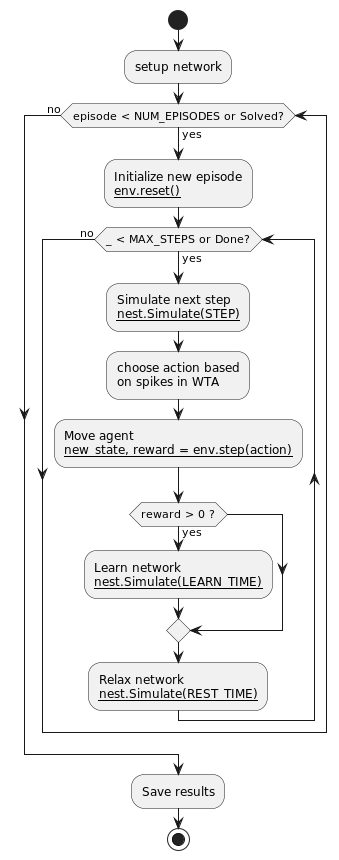
Before: doc/high-level-block-diagram.png, a diagram exported from PlantUML (borkox/uni-sofia-pre-masters-project). The source it was exported from:
```plantuml
@startuml

start
:setup network;
while (episode < NUM_EPISODES or Solved?) is (yes)
    :Initialize new episode
    __env.reset()__;

    while (_ < MAX_STEPS or Done?) is (yes)
      :Simulate next step
      __nest.Simulate(STEP)__;
      :choose action based
      on spikes in WTA;
      :Move agent
      __new_state, reward = env.step(action)__;
      if (reward > 0 ?) then (yes)
        :Learn network
        __nest.Simulate(LEARN_TIME)__;
      endif
      :Relax network
      __nest.Simulate(REST_TIME)__;
    endwhile (no)
endwhile (no)

:Save results;

stop

@enduml
```
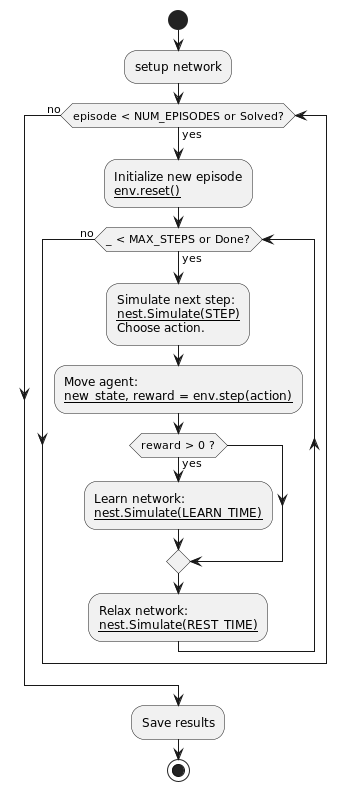
After the change.

Commit message:
block diagram

What changed in the source:
```diff
@@ -7,17 +7,16 @@
     __env.reset()__;
 
     while (_ < MAX_STEPS or Done?) is (yes)
-      :Simulate next step
-      __nest.Simulate(STEP)__;
-      :choose action based
-      on spikes in WTA;
-      :Move agent
+      :Simulate next step:
+      __nest.Simulate(STEP)__
+      Choose action.;
+      :Move agent:
       __new_state, reward = env.step(action)__;
       if (reward > 0 ?) then (yes)
-        :Learn network
+        :Learn network:
         __nest.Simulate(LEARN_TIME)__;
       endif
-      :Relax network
+      :Relax network:
       __nest.Simulate(REST_TIME)__;
     endwhile (no)
 endwhile (no)
```
